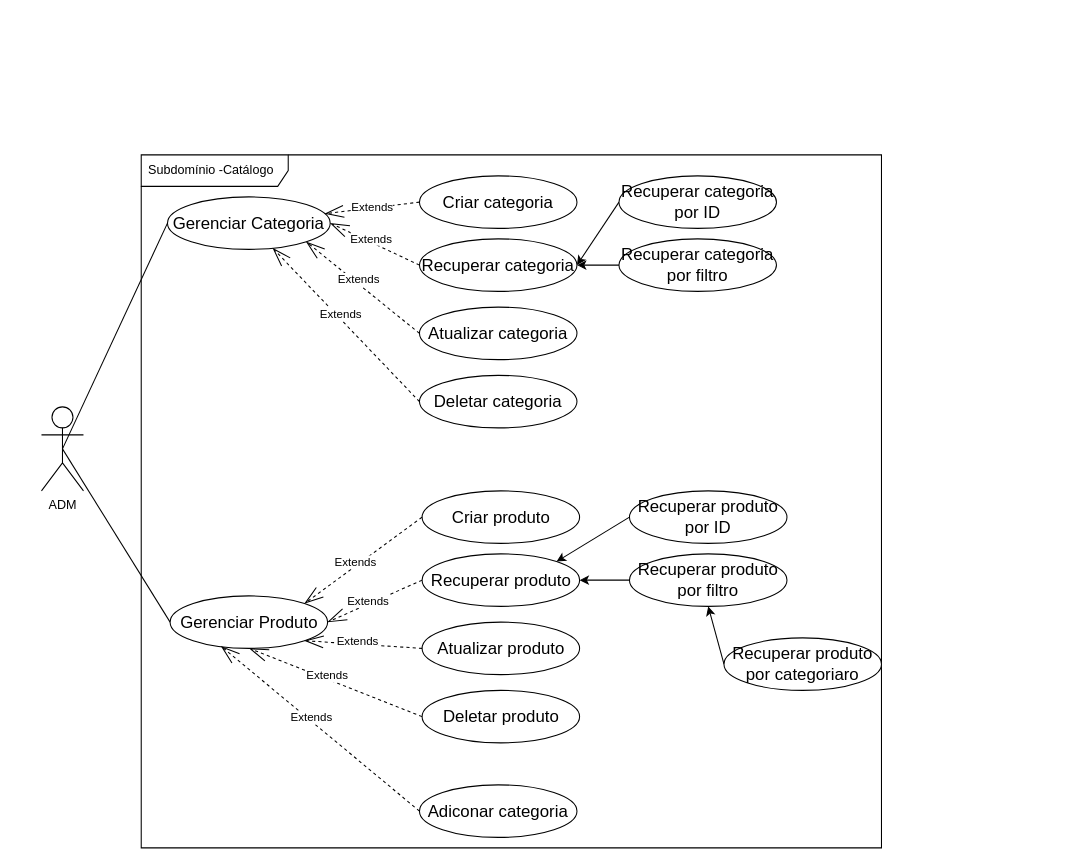
The draw.io diagram page "Subdomínio - Catálogo" (2 of 2) of requirements/ecommerce-caso-uso.drawio in cleilsonalvino/ecommerce-node-api, before the edit. Source tidied: cells renumbered, new cells numbered last; positions are measured from the earlier drawing's top-left corner, leaving out a move shared by most shapes. Both pictures are drawn from the tidied source at 105%, with x=0, y=0 at pixel (41, 154).
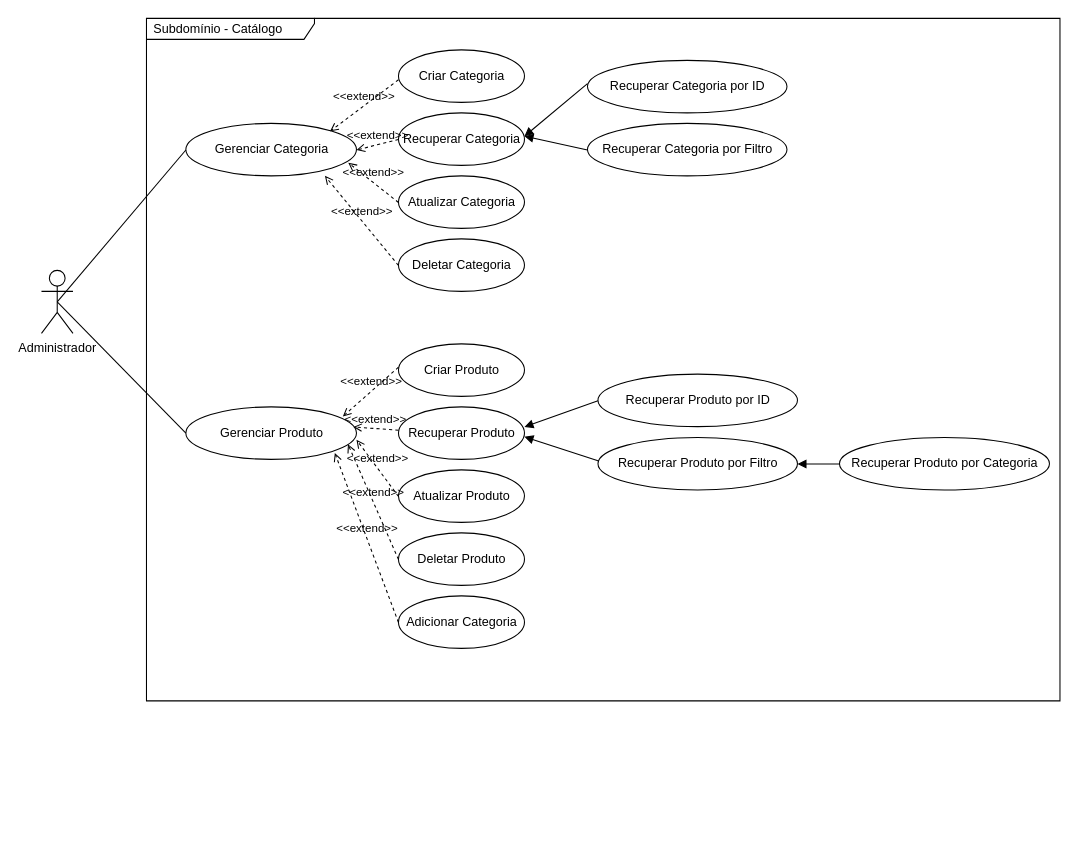
Above is the later version.

Change to the diagram source:
```diff
@@
-    <mxCell id="2" value="Subdomínio -Catálogo" style="shape=umlFrame;whiteSpace=wrap;html=1;width=140;height=30;boundedLbl=1;verticalAlign=middle;align=left;spacingLeft=5;" parent="1" vertex="1">
-      <mxGeometry x="95" width="705" height="660" as="geometry" />
-    </mxCell>
-    <mxCell id="3" value="ADM&lt;br&gt;" style="shape=umlActor;verticalLabelPosition=bottom;verticalAlign=top;html=1;" parent="1" vertex="1">
-      <mxGeometry y="240" width="40" height="80" as="geometry" />
-    </mxCell>
-    <mxCell id="4" style="edgeStyle=none;html=1;exitX=0;exitY=0.5;exitDx=0;exitDy=0;endArrow=none;endFill=0;entryX=0.5;entryY=0.5;entryDx=0;entryDy=0;entryPerimeter=0;" parent="1" edge="1" source="5" target="3">
-      <mxGeometry relative="1" as="geometry" />
-    </mxCell>
+    <mxCell id="36" value="Subdomínio - Catálogo" style="shape=umlFrame;whiteSpace=wrap;html=1;width=160;height=20;boundedLbl=1;verticalAlign=middle;align=left;spacingLeft=5;" parent="1" vertex="1">
+      <mxGeometry x="100" y="-130" width="870" height="650" as="geometry" />
+    </mxCell>
+    <mxCell id="37" value="Administrador" style="shape=umlActor;verticalLabelPosition=bottom;verticalAlign=top;html=1;" parent="1" vertex="1">
+      <mxGeometry y="110" width="30" height="60" as="geometry" />
+    </mxCell>
+    <mxCell id="38" style="shape=ellipse;horizontal=1;html=1;dashed=0;" parent="1" vertex="1">
+      <mxGeometry x="137.5" y="240" width="162.5" height="50" as="geometry" />
+    </mxCell>
-    <mxCell id="5" value="Gerenciar Produto" style="ellipse;whiteSpace=wrap;html=1;fontSize=16;" parent="1" vertex="1">
-      <mxGeometry x="122.5" y="420" width="150" height="50" as="geometry" />
+    <mxCell id="5" value="Gerenciar Produto" style="html=1;strokeColor=none;fillColor=none;align=center;verticalAlign=middle;" parent="38" vertex="1">
+      <mxGeometry y="18.8" width="162.5" height="12.5" as="geometry" />
     </mxCell>
-    <mxCell id="6" style="edgeStyle=none;html=1;exitX=0;exitY=0.5;exitDx=0;exitDy=0;entryX=0.5;entryY=0.5;entryDx=0;entryDy=0;entryPerimeter=0;endArrow=none;endFill=0;" parent="1" edge="1" source="7" target="3">
-      <mxGeometry relative="1" as="geometry" />
-    </mxCell>
+    <mxCell id="39" style="shape=ellipse;horizontal=1;html=1;dashed=0;" parent="1" vertex="1">
+      <mxGeometry x="137.5" y="-30" width="162.5" height="50" as="geometry" />
+    </mxCell>
-    <mxCell id="7" value="Gerenciar Categoria" style="ellipse;whiteSpace=wrap;html=1;fontSize=16;" parent="1" vertex="1">
-      <mxGeometry x="120" y="40" width="155" height="50" as="geometry" />
+    <mxCell id="7" value="Gerenciar Categoria" style="html=1;strokeColor=none;fillColor=none;align=center;verticalAlign=middle;" parent="39" vertex="1">
+      <mxGeometry y="19.1" width="162.5" height="12.5" as="geometry" />
     </mxCell>
-    <mxCell id="8" value="Criar categoria" style="ellipse;whiteSpace=wrap;html=1;fontSize=16;" parent="1" vertex="1">
-      <mxGeometry x="360" y="20" width="150" height="50" as="geometry" />
-    </mxCell>
-    <mxCell id="9" value="Recuperar categoria" style="ellipse;whiteSpace=wrap;html=1;fontSize=16;" parent="1" vertex="1">
-      <mxGeometry x="360" y="80" width="150" height="50" as="geometry" />
-    </mxCell>
-    <mxCell id="10" value="Atualizar categoria" style="ellipse;whiteSpace=wrap;html=1;fontSize=16;" parent="1" vertex="1">
-      <mxGeometry x="360" y="145" width="150" height="50" as="geometry" />
-    </mxCell>
-    <mxCell id="11" value="Deletar categoria" style="ellipse;whiteSpace=wrap;html=1;fontSize=16;" parent="1" vertex="1">
-      <mxGeometry x="360" y="210" width="150" height="50" as="geometry" />
-    </mxCell>
-    <mxCell id="12" value="Extends" style="endArrow=openThin;endSize=16;endFill=0;html=1;exitX=0;exitY=0.5;exitDx=0;exitDy=0;dashed=1;" parent="1" edge="1" source="8" target="7">
-      <mxGeometry relative="1" as="geometry" />
-    </mxCell>
-    <mxCell id="13" value="Extends" style="endArrow=openThin;endSize=16;endFill=0;html=1;exitX=0;exitY=0.5;exitDx=0;exitDy=0;dashed=1;entryX=1;entryY=0.5;entryDx=0;entryDy=0;" parent="1" edge="1" source="9" target="7">
-      <mxGeometry x="0.11" y="-3" relative="1" as="geometry" />
-    </mxCell>
-    <mxCell id="14" value="Extends" style="endArrow=openThin;endSize=16;endFill=0;html=1;exitX=0;exitY=0.5;exitDx=0;exitDy=0;dashed=1;entryX=1;entryY=1;entryDx=0;entryDy=0;" parent="1" edge="1" source="10" target="7">
-      <mxGeometry x="0.11" y="-3" relative="1" as="geometry" />
-    </mxCell>
-    <mxCell id="15" value="Extends" style="endArrow=openThin;endSize=16;endFill=0;html=1;exitX=0;exitY=0.5;exitDx=0;exitDy=0;dashed=1;" parent="1" edge="1" source="11" target="7">
-      <mxGeometry x="0.11" y="-3" relative="1" as="geometry" />
-    </mxCell>
-    <mxCell id="16" style="edgeStyle=none;html=1;exitX=0;exitY=0.5;exitDx=0;exitDy=0;entryX=1;entryY=0.5;entryDx=0;entryDy=0;endArrow=classic;endFill=1;" parent="1" edge="1" source="17" target="9">
-      <mxGeometry relative="1" as="geometry" />
-    </mxCell>
-    <mxCell id="17" value="Recuperar categoria por ID" style="ellipse;whiteSpace=wrap;html=1;fontSize=16;" parent="1" vertex="1">
-      <mxGeometry x="550" y="20" width="150" height="50" as="geometry" />
-    </mxCell>
-    <mxCell id="18" style="edgeStyle=none;html=1;exitX=0;exitY=0.5;exitDx=0;exitDy=0;endArrow=classic;endFill=1;" parent="1" edge="1" source="19">
-      <mxGeometry relative="1" as="geometry">
-        <mxPoint x="510" y="105" as="targetPoint" />
-      </mxGeometry>
-    </mxCell>
-    <mxCell id="19" value="Recuperar categoria por filtro&lt;br&gt;" style="ellipse;whiteSpace=wrap;html=1;fontSize=16;" parent="1" vertex="1">
-      <mxGeometry x="550" y="80" width="150" height="50" as="geometry" />
-    </mxCell>
-    <mxCell id="20" value="Criar produto" style="ellipse;whiteSpace=wrap;html=1;fontSize=16;" parent="1" vertex="1">
-      <mxGeometry x="362.5" y="320" width="150" height="50" as="geometry" />
-    </mxCell>
-    <mxCell id="21" value="Recuperar produto" style="ellipse;whiteSpace=wrap;html=1;fontSize=16;" parent="1" vertex="1">
-      <mxGeometry x="362.5" y="380" width="150" height="50" as="geometry" />
-    </mxCell>
-    <mxCell id="22" value="Atualizar produto" style="ellipse;whiteSpace=wrap;html=1;fontSize=16;" parent="1" vertex="1">
-      <mxGeometry x="362.5" y="445" width="150" height="50" as="geometry" />
-    </mxCell>
-    <mxCell id="23" value="Deletar produto" style="ellipse;whiteSpace=wrap;html=1;fontSize=16;" parent="1" vertex="1">
-      <mxGeometry x="362.5" y="510" width="150" height="50" as="geometry" />
-    </mxCell>
-    <mxCell id="24" value="Extends" style="endArrow=openThin;endSize=16;endFill=0;html=1;exitX=0;exitY=0.5;exitDx=0;exitDy=0;dashed=1;entryX=1;entryY=0;entryDx=0;entryDy=0;" parent="1" edge="1" source="20" target="5">
-      <mxGeometry x="0.11" y="-3" relative="1" as="geometry" />
-    </mxCell>
-    <mxCell id="25" value="Extends" style="endArrow=openThin;endSize=16;endFill=0;html=1;exitX=0;exitY=0.5;exitDx=0;exitDy=0;dashed=1;entryX=1;entryY=0.5;entryDx=0;entryDy=0;" parent="1" edge="1" source="21" target="5">
-      <mxGeometry x="0.11" y="-3" relative="1" as="geometry" />
-    </mxCell>
-    <mxCell id="26" value="Extends" style="endArrow=openThin;endSize=16;endFill=0;html=1;exitX=0;exitY=0.5;exitDx=0;exitDy=0;dashed=1;entryX=1;entryY=1;entryDx=0;entryDy=0;" parent="1" edge="1" source="22" target="5">
-      <mxGeometry x="0.11" y="-3" relative="1" as="geometry" />
-    </mxCell>
-    <mxCell id="27" value="Extends" style="endArrow=openThin;endSize=16;endFill=0;html=1;exitX=0;exitY=0.5;exitDx=0;exitDy=0;dashed=1;" parent="1" edge="1" source="23">
-      <mxGeometry x="0.11" y="-3" relative="1" as="geometry">
-        <mxPoint x="198" y="470" as="targetPoint" />
-      </mxGeometry>
-    </mxCell>
-    <mxCell id="28" style="edgeStyle=none;html=1;exitX=0;exitY=0.5;exitDx=0;exitDy=0;entryX=1;entryY=0;entryDx=0;entryDy=0;endArrow=classic;endFill=1;" parent="1" edge="1" source="29" target="21">
-      <mxGeometry relative="1" as="geometry" />
-    </mxCell>
-    <mxCell id="29" value="Recuperar produto por ID" style="ellipse;whiteSpace=wrap;html=1;fontSize=16;" parent="1" vertex="1">
-      <mxGeometry x="560" y="320" width="150" height="50" as="geometry" />
-    </mxCell>
-    <mxCell id="30" style="edgeStyle=none;html=1;exitX=0;exitY=0.5;exitDx=0;exitDy=0;entryX=1;entryY=0.5;entryDx=0;entryDy=0;endArrow=classic;endFill=1;" parent="1" edge="1" source="31" target="21">
-      <mxGeometry relative="1" as="geometry" />
-    </mxCell>
-    <mxCell id="31" value="Recuperar produto por filtro" style="ellipse;whiteSpace=wrap;html=1;fontSize=16;" parent="1" vertex="1">
-      <mxGeometry x="560" y="380" width="150" height="50" as="geometry" />
-    </mxCell>
-    <mxCell id="32" style="edgeStyle=none;html=1;exitX=0;exitY=0.5;exitDx=0;exitDy=0;entryX=0.5;entryY=1;entryDx=0;entryDy=0;endArrow=classic;endFill=1;" parent="1" edge="1" source="33" target="31">
-      <mxGeometry relative="1" as="geometry" />
-    </mxCell>
-    <mxCell id="33" value="Recuperar produto por categoriaro" style="ellipse;whiteSpace=wrap;html=1;fontSize=16;" parent="1" vertex="1">
-      <mxGeometry x="650" y="460" width="150" height="50" as="geometry" />
-    </mxCell>
-    <mxCell id="34" value="Adiconar categoria" style="ellipse;whiteSpace=wrap;html=1;fontSize=16;" parent="1" vertex="1">
-      <mxGeometry x="360" y="600" width="150" height="50" as="geometry" />
-    </mxCell>
-    <mxCell id="35" value="Extends" style="endArrow=openThin;endSize=16;endFill=0;html=1;exitX=0;exitY=0.5;exitDx=0;exitDy=0;dashed=1;entryX=0.324;entryY=0.959;entryDx=0;entryDy=0;entryPerimeter=0;" parent="1" edge="1" source="34" target="5">
-      <mxGeometry x="0.11" y="-3" relative="1" as="geometry" />
-    </mxCell>
+    <mxCell id="40" style="shape=ellipse;horizontal=1;html=1;dashed=0;" parent="1" vertex="1">
+      <mxGeometry x="340" y="-100" width="120" height="50" as="geometry" />
+    </mxCell>
+    <mxCell id="41" value="Criar Categoria" style="html=1;strokeColor=none;fillColor=none;align=center;verticalAlign=middle;" parent="40" vertex="1">
+      <mxGeometry y="19.1" width="120" height="12.5" as="geometry" />
+    </mxCell>
+    <mxCell id="42" value="&amp;lt;&amp;lt;extend&amp;gt;&amp;gt;" style="html=1;verticalAlign=bottom;labelBackgroundColor=none;endArrow=open;endFill=0;dashed=1;exitX=0;exitY=0.75;exitDx=0;exitDy=0;entryX=0.845;entryY=0.152;entryDx=0;entryDy=0;entryPerimeter=0;" parent="1" edge="1" source="41" target="39">
+      <mxGeometry relative="1" as="geometry" />
+    </mxCell>
+    <mxCell id="43" style="shape=ellipse;horizontal=1;html=1;dashed=0;" parent="1" vertex="1">
+      <mxGeometry x="340" y="-40" width="120" height="50" as="geometry" />
+    </mxCell>
+    <mxCell id="44" value="Recuperar Categoria" style="html=1;strokeColor=none;fillColor=none;align=center;verticalAlign=middle;" parent="43" vertex="1">
+      <mxGeometry y="19.1" width="120" height="12.5" as="geometry" />
+    </mxCell>
+    <mxCell id="45" style="shape=ellipse;horizontal=1;html=1;dashed=0;" parent="1" vertex="1">
+      <mxGeometry x="340" y="20" width="120" height="50" as="geometry" />
+    </mxCell>
+    <mxCell id="46" value="Atualizar Categoria" style="html=1;strokeColor=none;fillColor=none;align=center;verticalAlign=middle;" parent="45" vertex="1">
+      <mxGeometry y="19.1" width="120" height="12.5" as="geometry" />
+    </mxCell>
+    <mxCell id="47" style="shape=ellipse;horizontal=1;html=1;dashed=0;" parent="1" vertex="1">
+      <mxGeometry x="340" y="80" width="120" height="50" as="geometry" />
+    </mxCell>
+    <mxCell id="48" value="Deletar Categoria" style="html=1;strokeColor=none;fillColor=none;align=center;verticalAlign=middle;" parent="47" vertex="1">
+      <mxGeometry y="19.1" width="120" height="12.5" as="geometry" />
+    </mxCell>
+    <mxCell id="49" value="&amp;lt;&amp;lt;extend&amp;gt;&amp;gt;" style="html=1;verticalAlign=bottom;labelBackgroundColor=none;endArrow=open;endFill=0;dashed=1;exitX=0;exitY=0.5;exitDx=0;exitDy=0;entryX=1;entryY=0.5;entryDx=0;entryDy=0;" parent="1" edge="1" source="44" target="7">
+      <mxGeometry relative="1" as="geometry" />
+    </mxCell>
+    <mxCell id="50" value="&amp;lt;&amp;lt;extend&amp;gt;&amp;gt;" style="html=1;verticalAlign=bottom;labelBackgroundColor=none;endArrow=open;endFill=0;dashed=1;exitX=0;exitY=0.5;exitDx=0;exitDy=0;entryX=0.952;entryY=0.749;entryDx=0;entryDy=0;entryPerimeter=0;" parent="1" edge="1" source="46" target="39">
+      <mxGeometry relative="1" as="geometry" />
+    </mxCell>
+    <mxCell id="51" value="&amp;lt;&amp;lt;extend&amp;gt;&amp;gt;" style="html=1;verticalAlign=bottom;labelBackgroundColor=none;endArrow=open;endFill=0;dashed=1;exitX=0;exitY=0.5;exitDx=0;exitDy=0;entryX=0.815;entryY=1;entryDx=0;entryDy=0;entryPerimeter=0;" parent="1" edge="1" source="48" target="39">
+      <mxGeometry relative="1" as="geometry" />
+    </mxCell>
+    <mxCell id="52" style="edgeStyle=none;html=1;exitX=0;exitY=0.5;exitDx=0;exitDy=0;entryX=0.5;entryY=0.5;entryDx=0;entryDy=0;entryPerimeter=0;endArrow=none;endFill=0;" parent="1" edge="1" source="7" target="37">
+      <mxGeometry relative="1" as="geometry" />
+    </mxCell>
+    <mxCell id="53" style="shape=ellipse;horizontal=1;html=1;dashed=0;" parent="1" vertex="1">
+      <mxGeometry x="520" y="-90" width="190" height="50" as="geometry" />
+    </mxCell>
+    <mxCell id="54" value="Recuperar Categoria por ID" style="html=1;strokeColor=none;fillColor=none;align=center;verticalAlign=middle;" parent="53" vertex="1">
+      <mxGeometry y="19.1" width="190" height="12.5" as="geometry" />
+    </mxCell>
+    <mxCell id="55" style="shape=ellipse;horizontal=1;html=1;dashed=0;" parent="1" vertex="1">
+      <mxGeometry x="520" y="-30" width="190" height="50" as="geometry" />
+    </mxCell>
+    <mxCell id="56" value="Recuperar Categoria por Filtro" style="html=1;strokeColor=none;fillColor=none;align=center;verticalAlign=middle;" parent="55" vertex="1">
+      <mxGeometry y="19.1" width="190" height="12.5" as="geometry" />
+    </mxCell>
+    <mxCell id="57" style="edgeStyle=none;html=1;exitX=0;exitY=0.25;exitDx=0;exitDy=0;entryX=1;entryY=0.25;entryDx=0;entryDy=0;endArrow=block;endFill=1;" parent="1" edge="1" source="54" target="44">
+      <mxGeometry relative="1" as="geometry" />
+    </mxCell>
+    <mxCell id="58" style="edgeStyle=none;html=1;exitX=0;exitY=0.5;exitDx=0;exitDy=0;entryX=1;entryY=0.25;entryDx=0;entryDy=0;endArrow=block;endFill=1;" parent="1" edge="1" source="56" target="44">
+      <mxGeometry relative="1" as="geometry" />
+    </mxCell>
+    <mxCell id="59" style="shape=ellipse;horizontal=1;html=1;dashed=0;" parent="1" vertex="1">
+      <mxGeometry x="340" y="180" width="120" height="50" as="geometry" />
+    </mxCell>
+    <mxCell id="60" value="Criar Produto" style="html=1;strokeColor=none;fillColor=none;align=center;verticalAlign=middle;" parent="59" vertex="1">
+      <mxGeometry y="19.1" width="120" height="12.5" as="geometry" />
+    </mxCell>
+    <mxCell id="61" style="shape=ellipse;horizontal=1;html=1;dashed=0;" parent="1" vertex="1">
+      <mxGeometry x="340" y="240" width="120" height="50" as="geometry" />
+    </mxCell>
+    <mxCell id="62" value="Recuperar Produto" style="html=1;strokeColor=none;fillColor=none;align=center;verticalAlign=middle;" parent="61" vertex="1">
+      <mxGeometry y="19.1" width="120" height="12.5" as="geometry" />
+    </mxCell>
+    <mxCell id="63" style="shape=ellipse;horizontal=1;html=1;dashed=0;" parent="1" vertex="1">
+      <mxGeometry x="340" y="300" width="120" height="50" as="geometry" />
+    </mxCell>
+    <mxCell id="64" value="Atualizar Produto" style="html=1;strokeColor=none;fillColor=none;align=center;verticalAlign=middle;" parent="63" vertex="1">
+      <mxGeometry y="19.1" width="120" height="12.5" as="geometry" />
+    </mxCell>
+    <mxCell id="65" style="shape=ellipse;horizontal=1;html=1;dashed=0;" parent="1" vertex="1">
+      <mxGeometry x="340" y="360" width="120" height="50" as="geometry" />
+    </mxCell>
+    <mxCell id="66" value="Deletar Produto" style="html=1;strokeColor=none;fillColor=none;align=center;verticalAlign=middle;" parent="65" vertex="1">
+      <mxGeometry y="19.1" width="120" height="12.5" as="geometry" />
+    </mxCell>
+    <mxCell id="67" value="&amp;lt;&amp;lt;extend&amp;gt;&amp;gt;" style="html=1;verticalAlign=bottom;labelBackgroundColor=none;endArrow=open;endFill=0;dashed=1;exitX=0;exitY=0.25;exitDx=0;exitDy=0;entryX=0.92;entryY=0.183;entryDx=0;entryDy=0;entryPerimeter=0;" parent="1" edge="1" source="60" target="38">
+      <mxGeometry relative="1" as="geometry" />
+    </mxCell>
+    <mxCell id="68" value="&amp;lt;&amp;lt;extend&amp;gt;&amp;gt;" style="html=1;verticalAlign=bottom;labelBackgroundColor=none;endArrow=open;endFill=0;dashed=1;exitX=0;exitY=0.25;exitDx=0;exitDy=0;entryX=0.92;entryY=0.183;entryDx=0;entryDy=0;entryPerimeter=0;" parent="1" edge="1" source="62">
+      <mxGeometry relative="1" as="geometry">
+        <mxPoint x="297" y="259.1" as="targetPoint" />
+      </mxGeometry>
+    </mxCell>
+    <mxCell id="69" value="&amp;lt;&amp;lt;extend&amp;gt;&amp;gt;" style="html=1;verticalAlign=bottom;labelBackgroundColor=none;endArrow=open;endFill=0;dashed=1;exitX=0;exitY=0.5;exitDx=0;exitDy=0;entryX=1;entryY=1;entryDx=0;entryDy=0;" parent="1" edge="1" source="64" target="5">
+      <mxGeometry relative="1" as="geometry" />
+    </mxCell>
+    <mxCell id="70" value="&amp;lt;&amp;lt;extend&amp;gt;&amp;gt;" style="html=1;verticalAlign=bottom;labelBackgroundColor=none;endArrow=open;endFill=0;dashed=1;exitX=0;exitY=0.5;exitDx=0;exitDy=0;entryX=0.95;entryY=0.71;entryDx=0;entryDy=0;entryPerimeter=0;" parent="1" edge="1" source="66" target="38">
+      <mxGeometry relative="1" as="geometry" />
+    </mxCell>
+    <mxCell id="71" style="edgeStyle=none;html=1;exitX=0;exitY=0.5;exitDx=0;exitDy=0;entryX=0.5;entryY=0.5;entryDx=0;entryDy=0;entryPerimeter=0;endArrow=none;endFill=0;" parent="1" edge="1" source="5" target="37">
+      <mxGeometry relative="1" as="geometry" />
+    </mxCell>
+    <mxCell id="72" style="shape=ellipse;horizontal=1;html=1;dashed=0;" parent="1" vertex="1">
+      <mxGeometry x="530" y="208.8" width="190" height="50" as="geometry" />
+    </mxCell>
+    <mxCell id="73" value="Recuperar Produto por ID" style="html=1;strokeColor=none;fillColor=none;align=center;verticalAlign=middle;" parent="72" vertex="1">
+      <mxGeometry y="19.1" width="190" height="12.5" as="geometry" />
+    </mxCell>
+    <mxCell id="74" style="shape=ellipse;horizontal=1;html=1;dashed=0;" parent="1" vertex="1">
+      <mxGeometry x="530" y="269.1" width="190" height="50" as="geometry" />
+    </mxCell>
+    <mxCell id="75" value="Recuperar Produto por Filtro" style="html=1;strokeColor=none;fillColor=none;align=center;verticalAlign=middle;" parent="74" vertex="1">
+      <mxGeometry y="19.1" width="190" height="12.5" as="geometry" />
+    </mxCell>
+    <mxCell id="76" style="edgeStyle=none;html=1;exitX=0;exitY=0.5;exitDx=0;exitDy=0;entryX=1;entryY=0;entryDx=0;entryDy=0;endArrow=block;endFill=1;" parent="1" edge="1" source="73" target="62">
+      <mxGeometry relative="1" as="geometry" />
+    </mxCell>
+    <mxCell id="77" style="edgeStyle=none;html=1;exitX=0;exitY=0.25;exitDx=0;exitDy=0;entryX=1;entryY=0.75;entryDx=0;entryDy=0;endArrow=block;endFill=1;" parent="1" edge="1" source="75" target="62">
+      <mxGeometry relative="1" as="geometry" />
+    </mxCell>
+    <mxCell id="78" style="shape=ellipse;horizontal=1;html=1;dashed=0;" parent="1" vertex="1">
+      <mxGeometry x="760" y="269.1" width="200" height="50" as="geometry" />
+    </mxCell>
+    <mxCell id="79" value="Recuperar Produto por Categoria" style="html=1;strokeColor=none;fillColor=none;align=center;verticalAlign=middle;" parent="78" vertex="1">
+      <mxGeometry y="19.1" width="200" height="12.5" as="geometry" />
+    </mxCell>
+    <mxCell id="80" style="edgeStyle=none;html=1;exitX=0;exitY=0.5;exitDx=0;exitDy=0;entryX=1;entryY=0.5;entryDx=0;entryDy=0;endArrow=block;endFill=1;" parent="1" edge="1" source="79" target="75">
+      <mxGeometry relative="1" as="geometry" />
+    </mxCell>
+    <mxCell id="81" style="shape=ellipse;horizontal=1;html=1;dashed=0;" parent="1" vertex="1">
+      <mxGeometry x="340" y="420" width="120" height="50" as="geometry" />
+    </mxCell>
+    <mxCell id="82" value="Adicionar Categoria" style="html=1;strokeColor=none;fillColor=none;align=center;verticalAlign=middle;" parent="81" vertex="1">
+      <mxGeometry y="19.1" width="120" height="12.5" as="geometry" />
+    </mxCell>
+    <mxCell id="83" value="&amp;lt;&amp;lt;extend&amp;gt;&amp;gt;" style="html=1;verticalAlign=bottom;labelBackgroundColor=none;endArrow=open;endFill=0;dashed=1;exitX=0;exitY=0.5;exitDx=0;exitDy=0;entryX=0.873;entryY=0.877;entryDx=0;entryDy=0;entryPerimeter=0;" parent="1" edge="1" source="82" target="38">
+      <mxGeometry relative="1" as="geometry" />
+    </mxCell>
```
